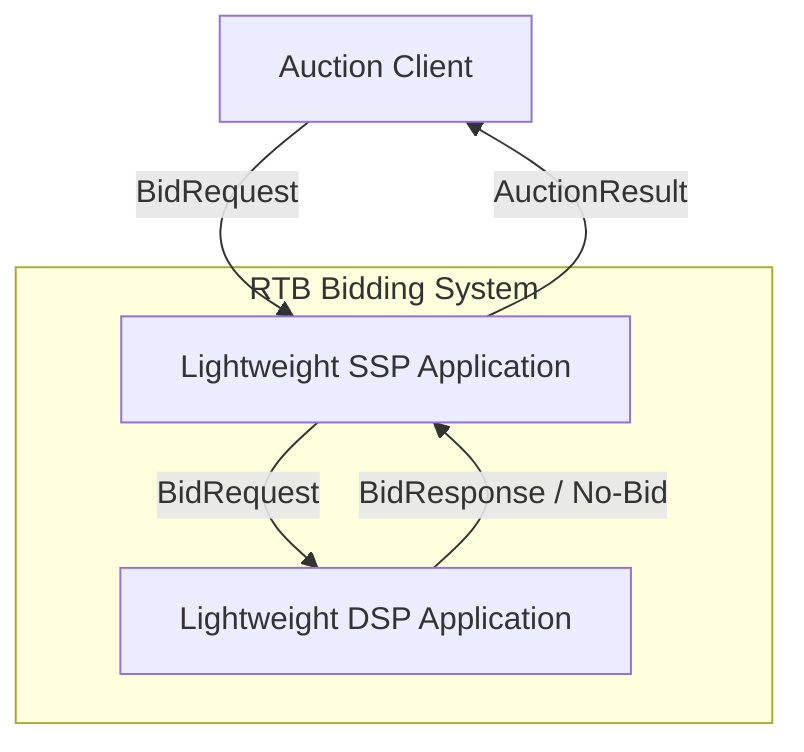
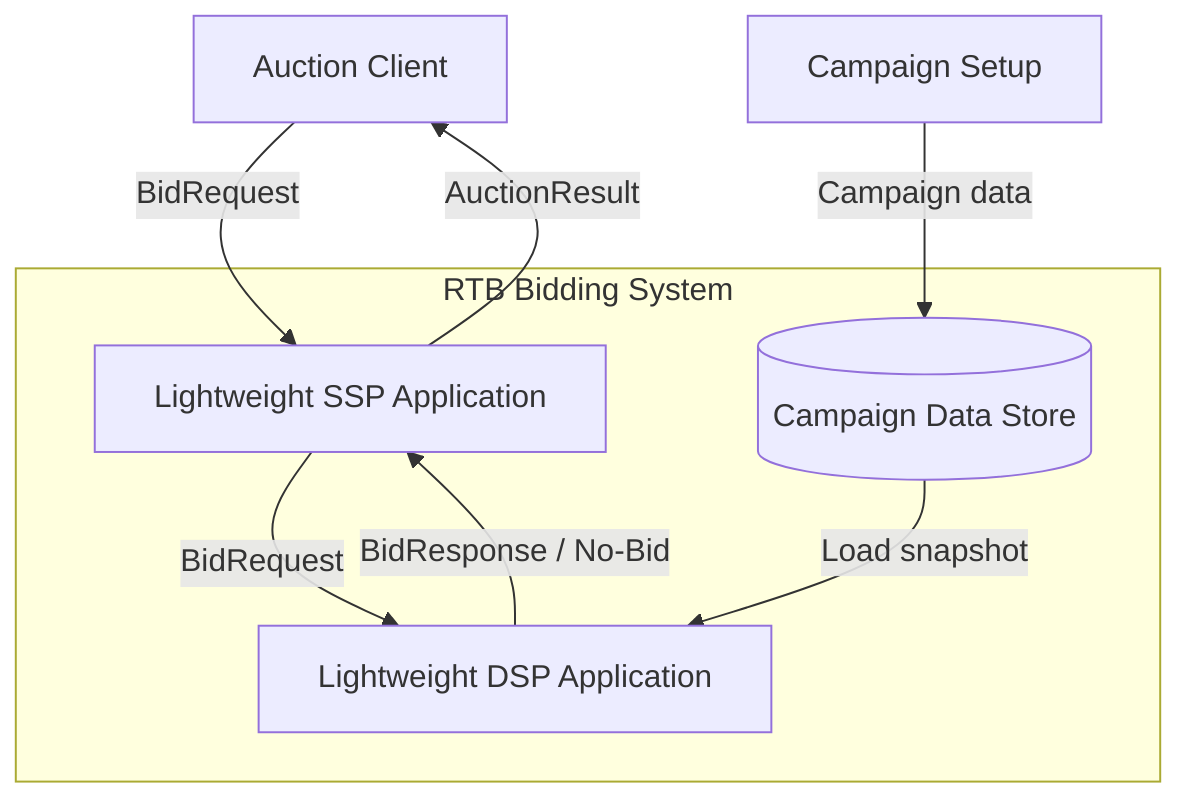
flowchart TB
    client["Auction Client"]
+     advertiser["Campaign Setup"]

    subgraph boundary["RTB Bidding System"]
        ssp["Lightweight SSP Application"]
        dsp["Lightweight DSP Application"]
+         store[("Campaign Data Store")]
    end

    client -->|"BidRequest"| ssp
    ssp -->|"AuctionResult"| client

    ssp -->|"BidRequest"| dsp
    dsp -->|"BidResponse / No-Bid"| ssp
+ 
+     advertiser -->|"Campaign data"| store
+     store -->|"Load snapshot"| dsp
